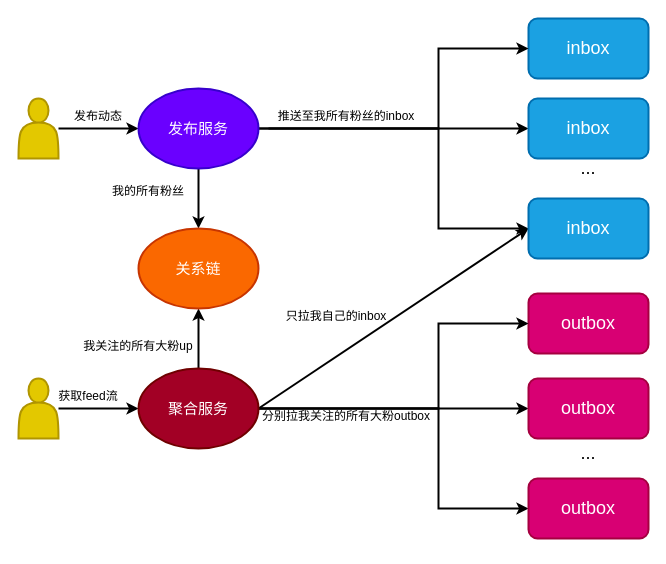
smartcharles/tech_draw keeps this draw.io diagram as 推拉结合方案.drawio. Above is the earlier version. Source tidied: cells renumbered, new cells numbered last; positions are measured from the earlier drawing's top-left corner, leaving out a move shared by most shapes. Both pictures are drawn from the tidied source at 100%, with x=0, y=0 at pixel (18, 18).
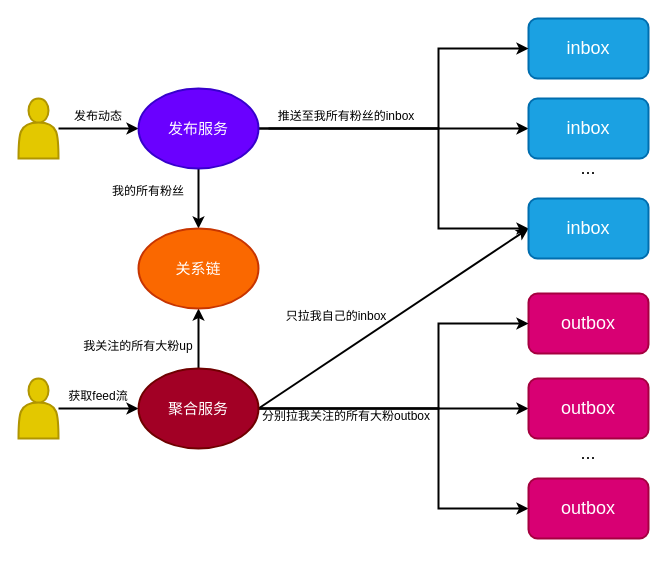
After the change.

Commit message (it also covers changes not shown here):
更新推拉结合方案.drawio

What changed in the source:
```diff
@@
     <mxCell id="33" value="获取feed流" style="text;strokeColor=none;align=center;fillColor=none;html=1;verticalAlign=middle;whiteSpace=wrap;rounded=0;" parent="1" vertex="1">
-      <mxGeometry x="10" y="370" width="120" height="15" as="geometry" />
+      <mxGeometry x="20" y="370" width="120" height="15" as="geometry" />
     </mxCell>
@@
+    <mxCell id="35" style="edgeStyle=orthogonalEdgeStyle;rounded=0;orthogonalLoop=1;jettySize=auto;html=1;exitX=0.5;exitY=1;exitDx=0;exitDy=0;" parent="1" edge="1" source="33" target="33">
+      <mxGeometry relative="1" as="geometry" />
+    </mxCell>
```
